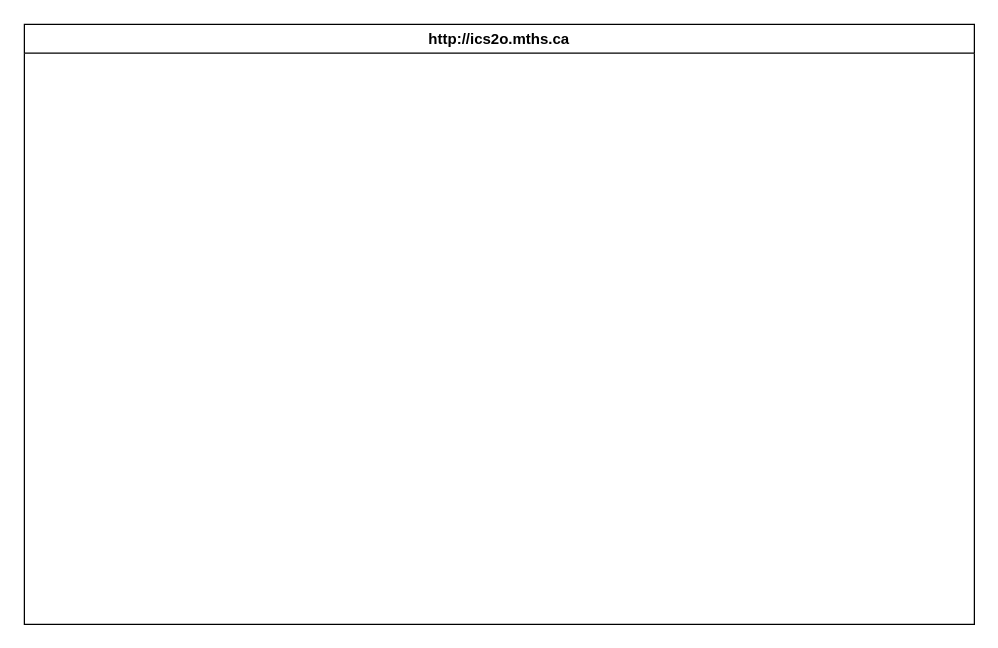
Before: design/storyboard.drawio in MTHS-ICS2O-2-2022/ICS2O-Unit-3-02-Bonnie-Zhu, a draw.io diagram. Source tidied: cells renumbered, new cells numbered last; positions are measured from the earlier drawing's top-left corner, leaving out a move shared by most shapes. Both pictures are drawn from the tidied source at 125%, with x=0, y=0 at pixel (24, 24).
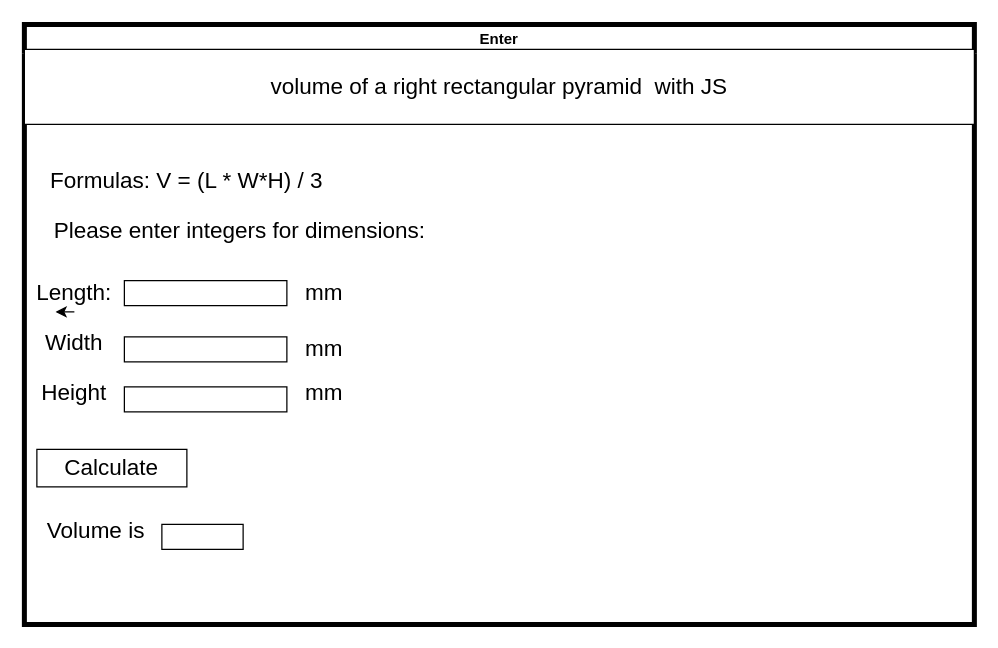
The same page after the edit.

Diff of the diagram source:
```diff
@@
 <mxGraphModel>
   <root>
     <mxCell id="0" />
     <mxCell id="1" parent="0" />
-    <mxCell id="2" value="http://ics2o.mths.ca" style="swimlane;whiteSpace=wrap;html=1;" parent="1" vertex="1">
+    <mxCell id="2" value="Enter" style="swimlane;whiteSpace=wrap;html=1;strokeWidth=4;rounded=0;" parent="1" vertex="1">
       <mxGeometry width="760" height="480" as="geometry" />
     </mxCell>
+    <mxCell id="3" value="&lt;font style=&quot;font-size: 18px;&quot;&gt;volume of a right rectangular pyramid&amp;nbsp; with JS&lt;/font&gt;" style="rounded=0;whiteSpace=wrap;html=1;shadow=0;sketch=0;strokeWidth=1;fontSize=11;" parent="2" vertex="1">
+      <mxGeometry y="20" width="760" height="60" as="geometry" />
+    </mxCell>
+    <mxCell id="4" value="Formulas: V = (L * W*H) / 3" style="text;html=1;strokeColor=none;fillColor=none;align=center;verticalAlign=middle;whiteSpace=wrap;rounded=0;shadow=0;sketch=0;strokeWidth=1;fontSize=18;" parent="2" vertex="1">
+      <mxGeometry x="20" y="100" width="220" height="50" as="geometry" />
+    </mxCell>
+    <mxCell id="5" value="Please enter integers for dimensions:&amp;nbsp;" style="text;html=1;strokeColor=none;fillColor=none;align=center;verticalAlign=middle;whiteSpace=wrap;rounded=0;shadow=0;sketch=0;strokeWidth=1;fontSize=18;" parent="2" vertex="1">
+      <mxGeometry x="10" y="150" width="330" height="30" as="geometry" />
+    </mxCell>
+    <mxCell id="6" value="Length:" style="text;html=1;strokeColor=none;fillColor=none;align=center;verticalAlign=middle;whiteSpace=wrap;rounded=0;shadow=0;sketch=0;strokeWidth=1;fontSize=18;" parent="2" vertex="1">
+      <mxGeometry x="10" y="200" width="60" height="30" as="geometry" />
+    </mxCell>
+    <mxCell id="7" value="Width" style="text;html=1;strokeColor=none;fillColor=none;align=center;verticalAlign=middle;whiteSpace=wrap;rounded=0;shadow=0;sketch=0;strokeWidth=1;fontSize=18;" parent="2" vertex="1">
+      <mxGeometry x="10" y="240" width="60" height="30" as="geometry" />
+    </mxCell>
+    <mxCell id="8" value="Height" style="text;html=1;strokeColor=none;fillColor=none;align=center;verticalAlign=middle;whiteSpace=wrap;rounded=0;shadow=0;sketch=0;strokeWidth=1;fontSize=18;" parent="2" vertex="1">
+      <mxGeometry x="10" y="280" width="60" height="30" as="geometry" />
+    </mxCell>
+    <mxCell id="9" style="edgeStyle=orthogonalEdgeStyle;html=1;exitX=0.5;exitY=1;exitDx=0;exitDy=0;entryX=0.25;entryY=1;entryDx=0;entryDy=0;fontSize=18;" parent="2" edge="1" source="6" target="6">
+      <mxGeometry relative="1" as="geometry" />
+    </mxCell>
+    <mxCell id="10" style="rounded=0;whiteSpace=wrap;html=1;shadow=0;sketch=0;strokeWidth=1;fontSize=18;" parent="2" vertex="1">
+      <mxGeometry x="80" y="205" width="130" height="20" as="geometry" />
+    </mxCell>
+    <mxCell id="11" style="rounded=0;whiteSpace=wrap;html=1;shadow=0;sketch=0;strokeWidth=1;fontSize=18;" parent="2" vertex="1">
+      <mxGeometry x="80" y="250" width="130" height="20" as="geometry" />
+    </mxCell>
+    <mxCell id="12" style="rounded=0;whiteSpace=wrap;html=1;shadow=0;sketch=0;strokeWidth=1;fontSize=18;" parent="2" vertex="1">
+      <mxGeometry x="80" y="290" width="130" height="20" as="geometry" />
+    </mxCell>
+    <mxCell id="13" value="mm" style="text;html=1;strokeColor=none;fillColor=none;align=center;verticalAlign=middle;whiteSpace=wrap;rounded=0;shadow=0;sketch=0;strokeWidth=1;fontSize=18;" parent="2" vertex="1">
+      <mxGeometry x="210" y="200" width="60" height="30" as="geometry" />
+    </mxCell>
+    <mxCell id="14" value="mm" style="text;html=1;strokeColor=none;fillColor=none;align=center;verticalAlign=middle;whiteSpace=wrap;rounded=0;shadow=0;sketch=0;strokeWidth=1;fontSize=18;" parent="2" vertex="1">
+      <mxGeometry x="210" y="245" width="60" height="30" as="geometry" />
+    </mxCell>
+    <mxCell id="15" value="mm" style="text;html=1;strokeColor=none;fillColor=none;align=center;verticalAlign=middle;whiteSpace=wrap;rounded=0;shadow=0;sketch=0;strokeWidth=1;fontSize=18;" parent="2" vertex="1">
+      <mxGeometry x="210" y="280" width="60" height="30" as="geometry" />
+    </mxCell>
+    <mxCell id="16" value="Calculate" style="rounded=0;whiteSpace=wrap;html=1;shadow=0;sketch=0;strokeWidth=1;fontSize=18;" parent="2" vertex="1">
+      <mxGeometry x="10" y="340" width="120" height="30" as="geometry" />
+    </mxCell>
+    <mxCell id="17" value="Volume is&amp;nbsp;" style="text;html=1;strokeColor=none;fillColor=none;align=center;verticalAlign=middle;whiteSpace=wrap;rounded=0;shadow=0;sketch=0;strokeWidth=1;fontSize=18;" parent="2" vertex="1">
+      <mxGeometry x="10" y="390" width="100" height="30" as="geometry" />
+    </mxCell>
+    <mxCell id="18" style="rounded=0;whiteSpace=wrap;html=1;shadow=0;sketch=0;strokeWidth=1;fontSize=18;" parent="2" vertex="1">
+      <mxGeometry x="110" y="400" width="65" height="20" as="geometry" />
+    </mxCell>
   </root>
 </mxGraphModel>
```
